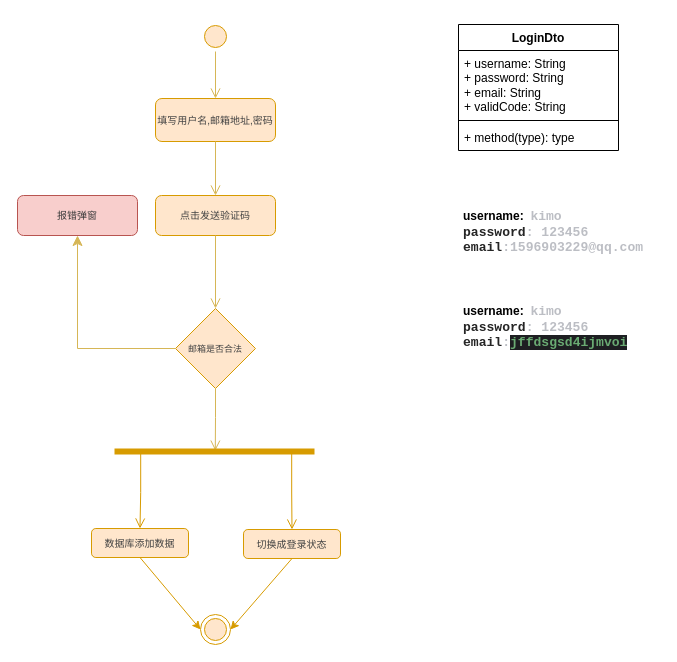
Before: prds/业务流程图.drawio in matrix-johnjohn/EatGo-Ordering-App, a draw.io diagram. Source tidied: cells renumbered, new cells numbered last; positions are measured from the earlier drawing's top-left corner, leaving out a move shared by most shapes. Both pictures are drawn from the tidied source at 100%, with x=0, y=0 at pixel (17, 21).
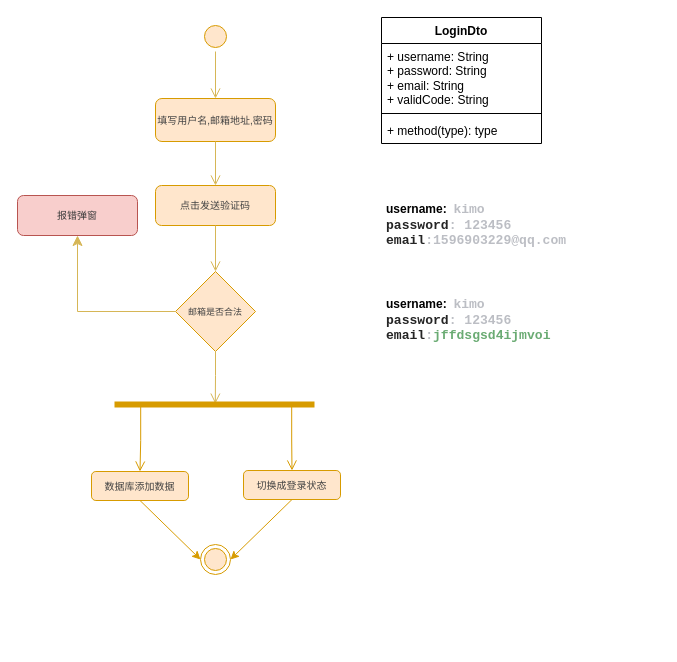
The same page after the edit.

The edit, as a diff of the source:
```diff
@@
     <mxCell id="2" style="ellipse;html=1;shape=endState;fillColor=#ffe6cc;strokeColor=#d79b00;" parent="1" vertex="1">
-      <mxGeometry x="183" y="593" width="30" height="30" as="geometry" />
+      <mxGeometry x="183" y="523" width="30" height="30" as="geometry" />
     </mxCell>
@@
     <mxCell id="6" value="&lt;font style=&quot;color: rgb(66, 66, 66); font-size: 10px;&quot;&gt;点击发送验证码&lt;/font&gt;" style="rounded=1;whiteSpace=wrap;html=1;fillColor=#ffe6cc;strokeColor=#d79b00;" parent="1" vertex="1">
-      <mxGeometry x="138" y="174" width="120" height="40" as="geometry" />
+      <mxGeometry x="138" y="164" width="120" height="40" as="geometry" />
     </mxCell>
@@
     <mxCell id="9" value="&lt;font style=&quot;font-size: 9px; color: rgb(66, 66, 66);&quot;&gt;邮箱是否合法&lt;/font&gt;" style="rhombus;whiteSpace=wrap;html=1;fillColor=#ffe6cc;strokeColor=#d79b00;" parent="1" vertex="1">
-      <mxGeometry x="158" y="287" width="80" height="80" as="geometry" />
+      <mxGeometry x="158" y="250" width="80" height="80" as="geometry" />
     </mxCell>
@@
     <mxCell id="13" style="shape=line;html=1;strokeWidth=6;strokeColor=#d79b00;fillColor=#ffe6cc;" parent="1" vertex="1">
-      <mxGeometry x="97" y="425" width="200" height="10" as="geometry" />
+      <mxGeometry x="97" y="378" width="200" height="10" as="geometry" />
     </mxCell>
@@
     <mxCell id="15" value="&lt;font color=&quot;#424242&quot;&gt;&lt;span style=&quot;font-size: 10px;&quot;&gt;数据库添加数据&lt;/span&gt;&lt;/font&gt;" style="rounded=1;whiteSpace=wrap;html=1;fillColor=#ffe6cc;strokeColor=#d79b00;" parent="1" vertex="1">
-      <mxGeometry x="74" y="507" width="97" height="29" as="geometry" />
+      <mxGeometry x="74" y="450" width="97" height="29" as="geometry" />
     </mxCell>
@@
     <mxCell id="17" value="&lt;font color=&quot;#424242&quot;&gt;&lt;span style=&quot;font-size: 10px;&quot;&gt;切换成登录状态&lt;/span&gt;&lt;/font&gt;" style="rounded=1;whiteSpace=wrap;html=1;fillColor=#ffe6cc;strokeColor=#d79b00;" parent="1" vertex="1">
-      <mxGeometry x="226" y="508" width="97" height="29" as="geometry" />
+      <mxGeometry x="226" y="449" width="97" height="29" as="geometry" />
     </mxCell>
@@
     <mxCell id="20" value="LoginDto" style="swimlane;fontStyle=1;align=center;verticalAlign=top;horizontal=1;startSize=26;whiteSpace=wrap;html=1;" parent="1" vertex="1">
-      <mxGeometry x="441" y="3" width="160" height="126" as="geometry" />
+      <mxGeometry x="364" y="-4" width="160" height="126" as="geometry" />
     </mxCell>
@@
     <mxCell id="24" value="username:&amp;nbsp;&lt;span&gt;&amp;nbsp;&lt;span style=&quot;font-family: &amp;quot;JetBrains Mono&amp;quot;, monospace; font-size: 9.8pt; color: rgb(188, 190, 196);&quot;&gt;kimo&lt;/span&gt;&lt;/span&gt;&lt;div&gt;&lt;span style=&quot;font-family: &amp;quot;JetBrains Mono&amp;quot;, monospace; font-size: 9.8pt; color: rgb(188, 190, 196);&quot;&gt;&lt;font style=&quot;color: rgb(37, 37, 37);&quot;&gt;password&lt;/font&gt;&lt;/span&gt;&lt;span style=&quot;font-family: &amp;quot;JetBrains Mono&amp;quot;, monospace; font-size: 9.8pt; color: rgb(188, 190, 196);&quot;&gt;: 123456&lt;/span&gt;&lt;/div&gt;&lt;div&gt;&lt;span style=&quot;font-family: &amp;quot;JetBrains Mono&amp;quot;, monospace; font-size: 9.8pt; color: rgb(188, 190, 196);&quot;&gt;&lt;font style=&quot;color: rgb(37, 37, 37);&quot;&gt;email&lt;/font&gt;&lt;/span&gt;&lt;span style=&quot;font-family: &amp;quot;JetBrains Mono&amp;quot;, monospace; font-size: 9.8pt; color: rgb(188, 190, 196);&quot;&gt;:1596903229@qq.com&lt;/span&gt;&lt;/div&gt;" style="text;align=left;fontStyle=1;verticalAlign=middle;spacingLeft=3;spacingRight=3;strokeColor=none;html=1;" parent="1" vertex="1">
-      <mxGeometry x="441" y="166" width="201" height="90" as="geometry" />
+      <mxGeometry x="364" y="159" width="201" height="90" as="geometry" />
     </mxCell>
-    <mxCell id="25" value="username:&amp;nbsp;&lt;span&gt;&amp;nbsp;&lt;span style=&quot;font-family: &amp;quot;JetBrains Mono&amp;quot;, monospace; font-size: 9.8pt; color: rgb(188, 190, 196);&quot;&gt;kimo&lt;/span&gt;&lt;/span&gt;&lt;div&gt;&lt;span style=&quot;font-family: &amp;quot;JetBrains Mono&amp;quot;, monospace; font-size: 9.8pt; color: rgb(188, 190, 196);&quot;&gt;&lt;font style=&quot;color: rgb(37, 37, 37);&quot;&gt;password&lt;/font&gt;&lt;/span&gt;&lt;span style=&quot;font-family: &amp;quot;JetBrains Mono&amp;quot;, monospace; font-size: 9.8pt; color: rgb(188, 190, 196);&quot;&gt;: 123456&lt;/span&gt;&lt;/div&gt;&lt;div&gt;&lt;span style=&quot;font-family: &amp;quot;JetBrains Mono&amp;quot;, monospace; font-size: 9.8pt; color: rgb(188, 190, 196);&quot;&gt;&lt;font style=&quot;color: rgb(37, 37, 37);&quot;&gt;email&lt;/font&gt;&lt;/span&gt;&lt;span style=&quot;font-family: &amp;quot;JetBrains Mono&amp;quot;, monospace; font-size: 9.8pt; color: rgb(188, 190, 196);&quot;&gt;:&lt;/span&gt;&lt;span style=&quot;color: rgb(106, 171, 115); font-family: &amp;quot;JetBrains Mono&amp;quot;, monospace; font-size: 9.8pt; background-color: rgb(30, 31, 34);&quot;&gt;jffdsgsd4ijmvoi&lt;/span&gt;&lt;/div&gt;" style="text;align=left;fontStyle=1;verticalAlign=middle;spacingLeft=3;spacingRight=3;strokeColor=none;html=1;" parent="1" vertex="1">
-      <mxGeometry x="441" y="261" width="201" height="90" as="geometry" />
+    <mxCell id="25" value="username:&amp;nbsp;&lt;span&gt;&amp;nbsp;&lt;span style=&quot;font-family: &amp;quot;JetBrains Mono&amp;quot;, monospace; font-size: 9.8pt; color: rgb(188, 190, 196);&quot;&gt;kimo&lt;/span&gt;&lt;/span&gt;&lt;div&gt;&lt;span style=&quot;font-family: &amp;quot;JetBrains Mono&amp;quot;, monospace; font-size: 9.8pt; color: rgb(188, 190, 196);&quot;&gt;&lt;font style=&quot;color: rgb(37, 37, 37);&quot;&gt;password&lt;/font&gt;&lt;/span&gt;&lt;span style=&quot;font-family: &amp;quot;JetBrains Mono&amp;quot;, monospace; font-size: 9.8pt; color: rgb(188, 190, 196);&quot;&gt;: 123456&lt;/span&gt;&lt;/div&gt;&lt;div&gt;&lt;span style=&quot;font-family: &amp;quot;JetBrains Mono&amp;quot;, monospace; font-size: 9.8pt; color: rgb(188, 190, 196);&quot;&gt;&lt;font style=&quot;color: rgb(37, 37, 37);&quot;&gt;email&lt;/font&gt;&lt;/span&gt;&lt;span style=&quot;font-family: &amp;quot;JetBrains Mono&amp;quot;, monospace; font-size: 9.8pt; color: rgb(188, 190, 196);&quot;&gt;:&lt;/span&gt;&lt;span style=&quot;color: rgb(106, 171, 115); font-family: &amp;quot;JetBrains Mono&amp;quot;, monospace; font-size: 9.8pt;&quot;&gt;jffdsgsd4ijmvo&lt;/span&gt;&lt;span style=&quot;color: rgb(106, 171, 115); font-family: &amp;quot;JetBrains Mono&amp;quot;, monospace; font-size: 9.8pt;&quot;&gt;i&lt;/span&gt;&lt;/div&gt;" style="text;align=left;fontStyle=1;verticalAlign=middle;spacingLeft=3;spacingRight=3;strokeColor=none;html=1;" parent="1" vertex="1">
+      <mxGeometry x="364" y="254" width="201" height="90" as="geometry" />
     </mxCell>
```
